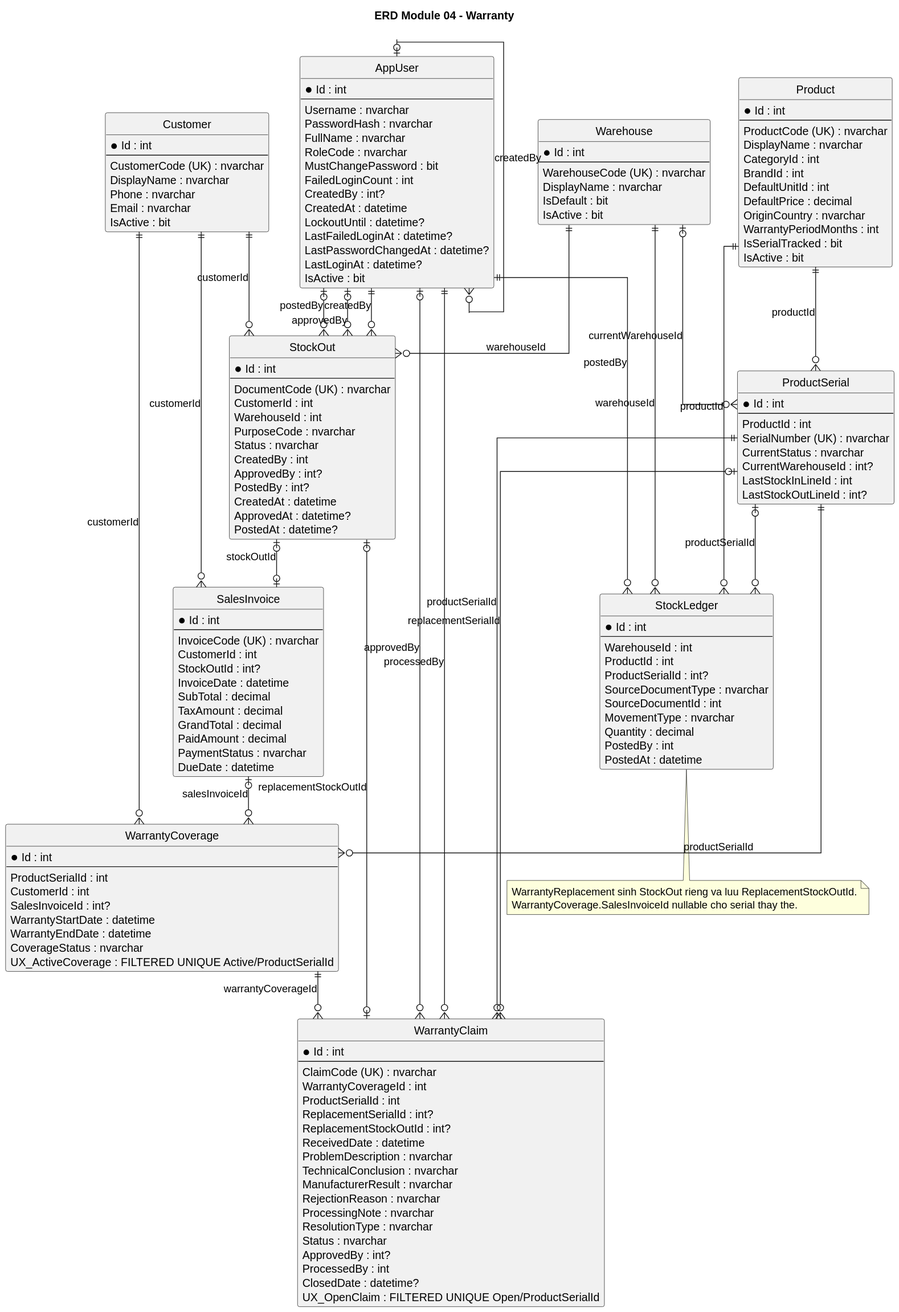
Before: Diagram/plantuml-svg-erd-module/ERD_Module_04_Warranty.svg, a diagram exported from PlantUML (TheGiver262/WarePro).
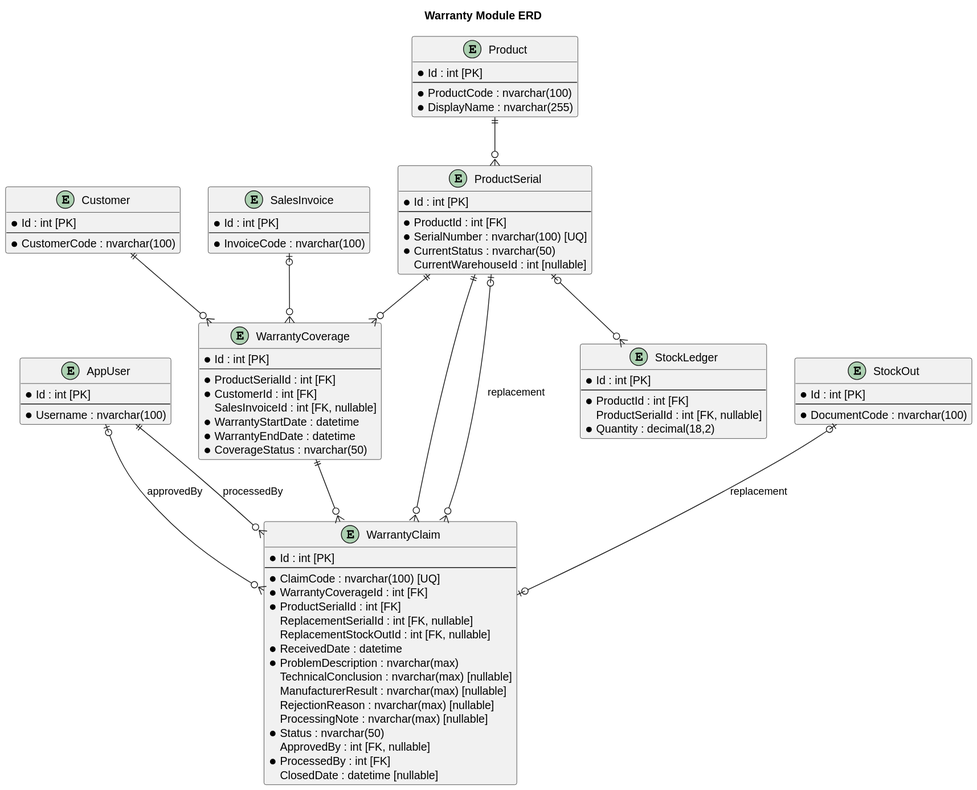
Above is the later version.

Change to the diagram source:
```diff
@@ -1,176 +1,96 @@
 @startuml
-title ERD Module 04 - Warranty
-hide circle
-skinparam linetype ortho
+title Warranty Module ERD
 
-entity "AppUser" as AppUser {
-  * Id : int
-  --
-  Username : nvarchar
-  PasswordHash : nvarchar
-  FullName : nvarchar
-  RoleCode : nvarchar
-  MustChangePassword : bit
-  FailedLoginCount : int
-  CreatedBy : int?
-  CreatedAt : datetime
-  LockoutUntil : datetime?
-  LastFailedLoginAt : datetime?
-  LastPasswordChangedAt : datetime?
-  LastLoginAt : datetime?
-  IsActive : bit
+entity AppUser {
+    * Id : int [PK]
+    --
+    * Username : nvarchar(100)
 }
 
-entity "Warehouse" as Warehouse {
-  * Id : int
-  --
-  WarehouseCode (UK) : nvarchar
-  DisplayName : nvarchar
-  IsDefault : bit
-  IsActive : bit
+entity Customer {
+    * Id : int [PK]
+    --
+    * CustomerCode : nvarchar(100)
 }
 
-entity "Customer" as Customer {
-  * Id : int
-  --
-  CustomerCode (UK) : nvarchar
-  DisplayName : nvarchar
-  Phone : nvarchar
-  Email : nvarchar
-  IsActive : bit
+entity Product {
+    * Id : int [PK]
+    --
+    * ProductCode : nvarchar(100)
+    * DisplayName : nvarchar(255)
 }
 
-entity "Product" as Product {
-  * Id : int
-  --
-  ProductCode (UK) : nvarchar
-  DisplayName : nvarchar
-  CategoryId : int
-  BrandId : int
-  DefaultUnitId : int
-  DefaultPrice : decimal
-  OriginCountry : nvarchar
-  WarrantyPeriodMonths : int
-  IsSerialTracked : bit
-  IsActive : bit
+entity ProductSerial {
+    * Id : int [PK]
+    --
+    * ProductId : int [FK]
+    * SerialNumber : nvarchar(100) [UQ]
+    * CurrentStatus : nvarchar(50)
+    CurrentWarehouseId : int [nullable]
 }
 
-entity "ProductSerial" as ProductSerial {
-  * Id : int
-  --
-  ProductId : int
-  SerialNumber (UK) : nvarchar
-  CurrentStatus : nvarchar
-  CurrentWarehouseId : int?
-  LastStockInLineId : int
-  LastStockOutLineId : int?
+entity StockOut {
+    * Id : int [PK]
+    --
+    * DocumentCode : nvarchar(100)
 }
 
-entity "StockOut" as StockOut {
-  * Id : int
-  --
-  DocumentCode (UK) : nvarchar
-  CustomerId : int
-  WarehouseId : int
-  PurposeCode : nvarchar
-  Status : nvarchar
-  CreatedBy : int
-  ApprovedBy : int?
-  PostedBy : int?
-  CreatedAt : datetime
-  ApprovedAt : datetime?
-  PostedAt : datetime?
+entity SalesInvoice {
+    * Id : int [PK]
+    --
+    * InvoiceCode : nvarchar(100)
 }
 
-entity "SalesInvoice" as SalesInvoice {
-  * Id : int
-  --
-  InvoiceCode (UK) : nvarchar
-  CustomerId : int
-  StockOutId : int?
-  InvoiceDate : datetime
-  SubTotal : decimal
-  TaxAmount : decimal
-  GrandTotal : decimal
-  PaidAmount : decimal
-  PaymentStatus : nvarchar
-  DueDate : datetime
+entity WarrantyCoverage {
+    * Id : int [PK]
+    --
+    * ProductSerialId : int [FK]
+    * CustomerId : int [FK]
+    SalesInvoiceId : int [FK, nullable]
+    * WarrantyStartDate : datetime
+    * WarrantyEndDate : datetime
+    * CoverageStatus : nvarchar(50)
 }
 
-entity "WarrantyCoverage" as WarrantyCoverage {
-  * Id : int
-  --
-  ProductSerialId : int
-  CustomerId : int
-  SalesInvoiceId : int?
-  WarrantyStartDate : datetime
-  WarrantyEndDate : datetime
-  CoverageStatus : nvarchar
-  UX_ActiveCoverage : FILTERED UNIQUE Active/ProductSerialId
+entity WarrantyClaim {
+    * Id : int [PK]
+    --
+    * ClaimCode : nvarchar(100) [UQ]
+    * WarrantyCoverageId : int [FK]
+    * ProductSerialId : int [FK]
+    ReplacementSerialId : int [FK, nullable]
+    ReplacementStockOutId : int [FK, nullable]
+    * ReceivedDate : datetime
+    * ProblemDescription : nvarchar(max)
+    TechnicalConclusion : nvarchar(max) [nullable]
+    ManufacturerResult : nvarchar(max) [nullable]
+    RejectionReason : nvarchar(max) [nullable]
+    ProcessingNote : nvarchar(max) [nullable]
+    * Status : nvarchar(50)
+    ApprovedBy : int [FK, nullable]
+    * ProcessedBy : int [FK]
+    ClosedDate : datetime [nullable]
 }
 
-entity "WarrantyClaim" as WarrantyClaim {
-  * Id : int
-  --
-  ClaimCode (UK) : nvarchar
-  WarrantyCoverageId : int
-  ProductSerialId : int
-  ReplacementSerialId : int?
-  ReplacementStockOutId : int?
-  ReceivedDate : datetime
-  ProblemDescription : nvarchar
-  TechnicalConclusion : nvarchar
-  ManufacturerResult : nvarchar
-  RejectionReason : nvarchar
-  ProcessingNote : nvarchar
-  ResolutionType : nvarchar
-  Status : nvarchar
-  ApprovedBy : int?
-  ProcessedBy : int
-  ClosedDate : datetime?
-  UX_OpenClaim : FILTERED UNIQUE Open/ProductSerialId
+entity StockLedger {
+    * Id : int [PK]
+    --
+    * ProductId : int [FK]
+    ProductSerialId : int [FK, nullable]
+    * Quantity : decimal(18,2)
 }
 
-entity "StockLedger" as StockLedger {
-  * Id : int
-  --
-  WarehouseId : int
-  ProductId : int
-  ProductSerialId : int?
-  SourceDocumentType : nvarchar
-  SourceDocumentId : int
-  MovementType : nvarchar
-  Quantity : decimal
-  PostedBy : int
-  PostedAt : datetime
-}
+Product ||--o{ ProductSerial
+ProductSerial ||--o{ WarrantyCoverage
+Customer ||--o{ WarrantyCoverage
+SalesInvoice |o--o{ WarrantyCoverage
 
-Product ||--o{ ProductSerial : productId
-Warehouse |o--o{ ProductSerial : currentWarehouseId
-Warehouse ||--o{ StockOut : warehouseId
-Customer ||--o{ StockOut : customerId
-Customer ||--o{ SalesInvoice : customerId
-StockOut |o--o| SalesInvoice : stockOutId
-ProductSerial ||--o{ WarrantyCoverage : productSerialId
-Customer ||--o{ WarrantyCoverage : customerId
-SalesInvoice |o--o{ WarrantyCoverage : salesInvoiceId
-WarrantyCoverage ||--o{ WarrantyClaim : warrantyCoverageId
-ProductSerial ||--o{ WarrantyClaim : productSerialId
-ProductSerial |o--o{ WarrantyClaim : replacementSerialId
-StockOut |o--o| WarrantyClaim : replacementStockOutId
-Warehouse ||--o{ StockLedger : warehouseId
-Product ||--o{ StockLedger : productId
-ProductSerial |o--o{ StockLedger : productSerialId
-AppUser |o--o{ AppUser : createdBy
+WarrantyCoverage ||--o{ WarrantyClaim
+ProductSerial ||--o{ WarrantyClaim
+ProductSerial |o--o{ WarrantyClaim : replacement
+StockOut |o--o| WarrantyClaim : replacement
+
+ProductSerial |o--o{ StockLedger
 AppUser |o--o{ WarrantyClaim : approvedBy
 AppUser ||--o{ WarrantyClaim : processedBy
-AppUser ||--o{ StockOut : createdBy
-AppUser |o--o{ StockOut : approvedBy
-AppUser |o--o{ StockOut : postedBy
-AppUser ||--o{ StockLedger : postedBy
-
-note bottom
-WarrantyReplacement sinh StockOut rieng va luu ReplacementStockOutId.
-WarrantyCoverage.SalesInvoiceId nullable cho serial thay the.
-end note
 @enduml
```
